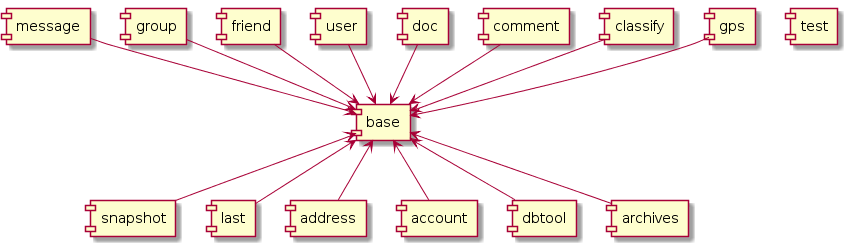
Earlier version of the PlantUML export doc/module.png (wangscript007/ranch).
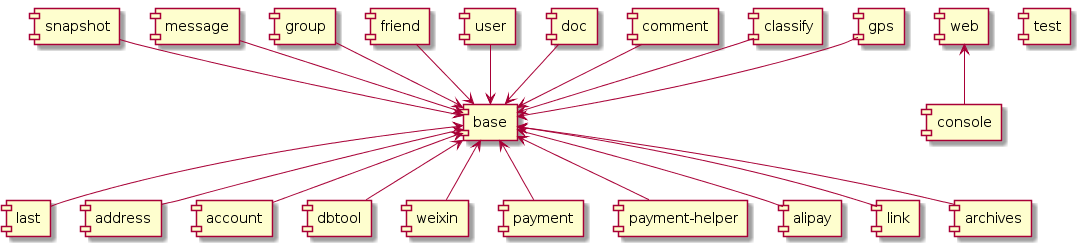
After the commit.

Diff of the diagram source:
```diff
@@ -8,12 +8,20 @@
 [base] <-u- [friend]
 [base] <-u- [group]
 [base] <-u- [message]
-[base] <-- [snapshot]
+[base] <-u- [snapshot]
 [base] <-- [last]
 [base] <-- [address]
 [base] <-- [account]
 [base] <-- [dbtool]
+[base] <-- [weixin]
+[base] <-- [payment]
+[base] <-- [payment-helper]
+[base] <-- [alipay]
+[base] <-- [link]
 [base] <-- [archives]
+
+[web] <-- [console]
+
 [test]
 
 @enduml
```
